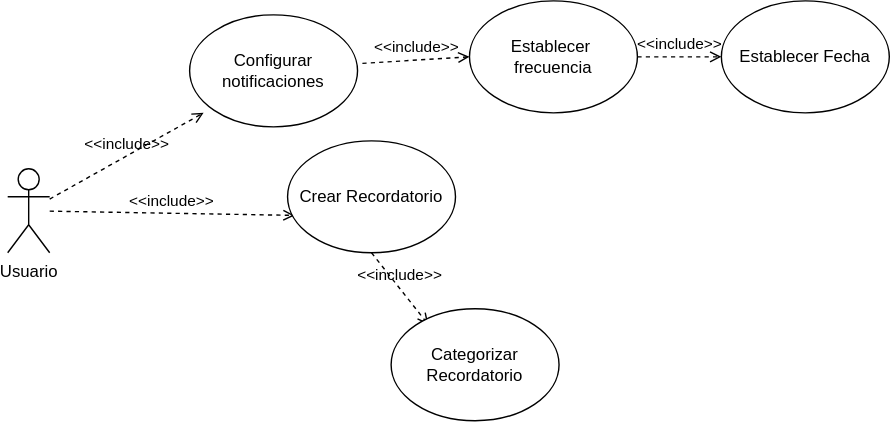
Chicledot/remindme keeps this draw.io diagram as Docs/diagrams/usecases/UGD-Reminder.svg. Above is the earlier version. Source tidied: cells renumbered, new cells last; positions are measured from the earlier drawing's top-left corner, leaving out a move shared by most shapes.
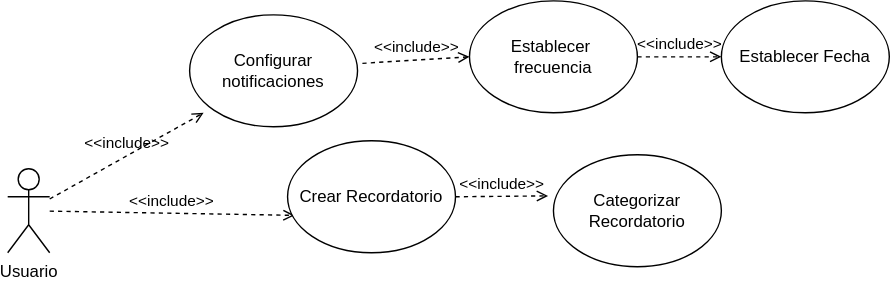
The same diagram one commit later.

Change to the diagram source:
```diff
@@ -11,11 +11,11 @@
     <mxCell id="4" value="Crear Recordatorio" style="ellipse;whiteSpace=wrap;html=1;" parent="1" vertex="1">
       <mxGeometry x="200" y="100" width="120" height="80" as="geometry" />
     </mxCell>
-    <mxCell id="5" value="&amp;lt;&amp;lt;include&amp;gt;&amp;gt;" style="html=1;verticalAlign=bottom;labelBackgroundColor=none;endArrow=open;endFill=0;dashed=1;rounded=0;exitX=0.5;exitY=1;exitDx=0;exitDy=0;entryX=0.222;entryY=0.142;entryDx=0;entryDy=0;entryPerimeter=0;" parent="1" edge="1" source="4" target="6">
+    <mxCell id="5" value="&amp;lt;&amp;lt;include&amp;gt;&amp;gt;" style="html=1;verticalAlign=bottom;labelBackgroundColor=none;endArrow=open;endFill=0;dashed=1;rounded=0;exitX=1;exitY=0.5;exitDx=0;exitDy=0;entryX=-0.032;entryY=0.367;entryDx=0;entryDy=0;entryPerimeter=0;" parent="1" edge="1" source="4" target="6">
       <mxGeometry relative="1" as="geometry" />
     </mxCell>
     <mxCell id="6" value="Categorizar Recordatorio" style="ellipse;whiteSpace=wrap;html=1;" parent="1" vertex="1">
-      <mxGeometry x="274" y="220" width="120" height="80" as="geometry" />
+      <mxGeometry x="390" y="110" width="120" height="80" as="geometry" />
     </mxCell>
     <mxCell id="7" value="&amp;lt;&amp;lt;include&amp;gt;&amp;gt;" style="html=1;verticalAlign=bottom;labelBackgroundColor=none;endArrow=open;endFill=0;dashed=1;rounded=0;" parent="1" edge="1" source="2">
       <mxGeometry relative="1" as="geometry">
```
